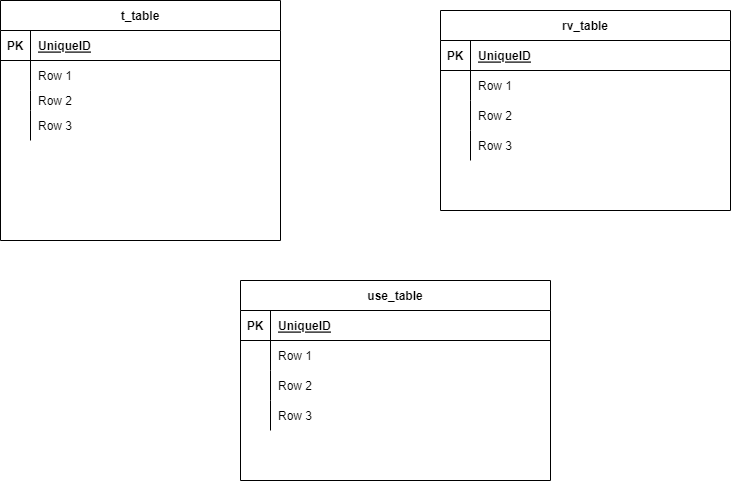
Above: DATA MODEL AND WAREHOUSE/table_str.drawio.png in asjad895/DATA-ENGINEERING (draw.io), before the change. Source tidied: cells renumbered, new cells last; positions are measured from the earlier drawing's top-left corner, leaving out a move shared by most shapes.
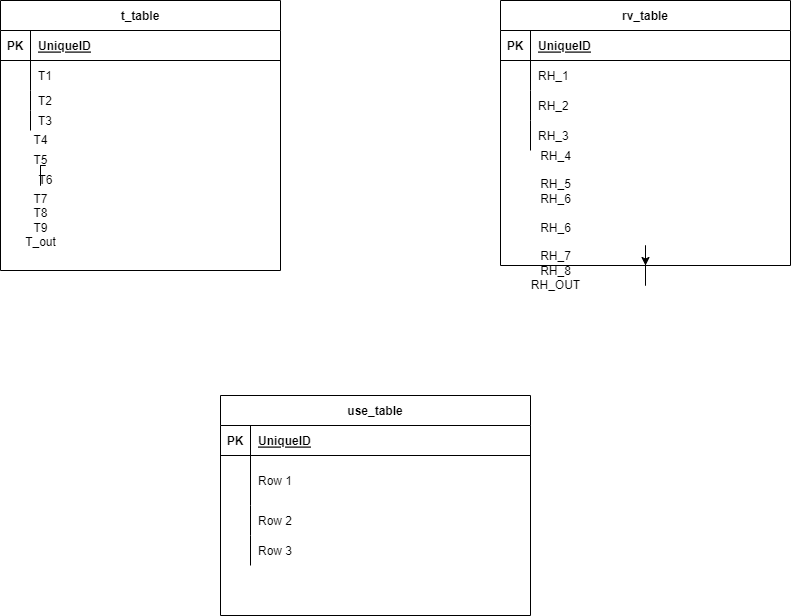
After the change.

What changed in the source:
```diff
@@ -3,7 +3,7 @@
     <mxCell id="0" />
     <mxCell id="1" parent="0" />
     <mxCell id="2" value="t_table" style="shape=table;startSize=30;rowLines=0;fontStyle=1;align=center;" parent="1" vertex="1">
-      <mxGeometry width="280" height="240" as="geometry" />
+      <mxGeometry x="-70" y="-25" width="280" height="270" as="geometry" />
     </mxCell>
     <mxCell id="3" style="shape=tableRow;horizontal=0;startSize=0;swimlaneHead=0;swimlaneBody=0;fillColor=none;top=0;left=0;right=0;bottom=1;" parent="2" vertex="1">
       <mxGeometry y="30" width="280" height="30" as="geometry" />
@@ -20,7 +20,7 @@
     <mxCell id="7" style="shape=partialRectangle;fillColor=none;top=0;left=0;bottom=0;right=0;overflow=hidden;" parent="6" vertex="1">
       <mxGeometry width="30" height="30" as="geometry" />
     </mxCell>
-    <mxCell id="8" value="Row 1" style="shape=partialRectangle;fillColor=none;top=0;left=0;bottom=0;right=0;align=left;spacingLeft=6;overflow=hidden;" parent="6" vertex="1">
+    <mxCell id="8" value="T1" style="shape=partialRectangle;fillColor=none;top=0;left=0;bottom=0;right=0;align=left;spacingLeft=6;overflow=hidden;" parent="6" vertex="1">
       <mxGeometry x="30" width="250" height="30" as="geometry" />
     </mxCell>
     <mxCell id="9" style="shape=tableRow;horizontal=0;startSize=0;swimlaneHead=0;swimlaneBody=0;fillColor=none;top=0;left=0;right=0;bottom=0;" parent="2" vertex="1">
@@ -29,20 +29,25 @@
     <mxCell id="10" style="shape=partialRectangle;fillColor=none;top=0;left=0;bottom=0;right=0;overflow=hidden;" parent="9" vertex="1">
       <mxGeometry width="30" height="20" as="geometry" />
     </mxCell>
-    <mxCell id="11" value="Row 2" style="shape=partialRectangle;fillColor=none;top=0;left=0;bottom=0;right=0;align=left;spacingLeft=6;overflow=hidden;" parent="9" vertex="1">
+    <mxCell id="11" value="T2" style="shape=partialRectangle;fillColor=none;top=0;left=0;bottom=0;right=0;align=left;spacingLeft=6;overflow=hidden;" parent="9" vertex="1">
       <mxGeometry x="30" width="250" height="20" as="geometry" />
     </mxCell>
     <mxCell id="12" style="shape=tableRow;horizontal=0;startSize=0;swimlaneHead=0;swimlaneBody=0;fillColor=none;top=0;left=0;right=0;bottom=0;" parent="2" vertex="1">
-      <mxGeometry y="110" width="280" height="30" as="geometry" />
+      <mxGeometry y="110" width="280" height="20" as="geometry" />
     </mxCell>
     <mxCell id="13" style="shape=partialRectangle;fillColor=none;top=0;left=0;bottom=0;right=0;overflow=hidden;" parent="12" vertex="1">
-      <mxGeometry width="30" height="30" as="geometry" />
+      <mxGeometry width="30" height="20" as="geometry" />
     </mxCell>
-    <mxCell id="14" value="Row 3" style="shape=partialRectangle;fillColor=none;top=0;left=0;bottom=0;right=0;align=left;spacingLeft=6;overflow=hidden;" parent="12" vertex="1">
-      <mxGeometry x="30" width="250" height="30" as="geometry" />
+    <mxCell id="14" value="T3" style="shape=partialRectangle;fillColor=none;top=0;left=0;bottom=0;right=0;align=left;spacingLeft=6;overflow=hidden;" parent="12" vertex="1">
+      <mxGeometry x="30" width="250" height="20" as="geometry" />
     </mxCell>
+    <mxCell id="41" style="edgeStyle=orthogonalEdgeStyle;rounded=0;jettySize=auto;html=1;exitX=0.5;exitY=1;exitDx=0;exitDy=0;" parent="1" edge="1" source="15">
+      <mxGeometry relative="1" as="geometry">
+        <mxPoint x="575" y="240" as="targetPoint" />
+      </mxGeometry>
+    </mxCell>
     <mxCell id="15" value="rv_table" style="shape=table;startSize=30;rowLines=0;fontStyle=1;align=center;" parent="1" vertex="1">
-      <mxGeometry x="440" y="10" width="290" height="200" as="geometry" />
+      <mxGeometry x="430" y="-25" width="290" height="265" as="geometry" />
     </mxCell>
     <mxCell id="16" style="shape=tableRow;horizontal=0;startSize=0;swimlaneHead=0;swimlaneBody=0;fillColor=none;top=0;left=0;right=0;bottom=1;" parent="15" vertex="1">
       <mxGeometry y="30" width="290" height="30" as="geometry" />
@@ -59,7 +64,7 @@
     <mxCell id="20" style="shape=partialRectangle;fillColor=none;top=0;left=0;bottom=0;right=0;overflow=hidden;" parent="19" vertex="1">
       <mxGeometry width="30" height="30" as="geometry" />
     </mxCell>
-    <mxCell id="21" value="Row 1" style="shape=partialRectangle;fillColor=none;top=0;left=0;bottom=0;right=0;align=left;spacingLeft=6;overflow=hidden;" parent="19" vertex="1">
+    <mxCell id="21" value="RH_1" style="shape=partialRectangle;fillColor=none;top=0;left=0;bottom=0;right=0;align=left;spacingLeft=6;overflow=hidden;" parent="19" vertex="1">
       <mxGeometry x="30" width="260" height="30" as="geometry" />
     </mxCell>
     <mxCell id="22" style="shape=tableRow;horizontal=0;startSize=0;swimlaneHead=0;swimlaneBody=0;fillColor=none;top=0;left=0;right=0;bottom=0;" parent="15" vertex="1">
@@ -68,7 +73,7 @@
     <mxCell id="23" style="shape=partialRectangle;fillColor=none;top=0;left=0;bottom=0;right=0;overflow=hidden;" parent="22" vertex="1">
       <mxGeometry width="30" height="30" as="geometry" />
     </mxCell>
-    <mxCell id="24" value="Row 2" style="shape=partialRectangle;fillColor=none;top=0;left=0;bottom=0;right=0;align=left;spacingLeft=6;overflow=hidden;" parent="22" vertex="1">
+    <mxCell id="24" value="RH_2" style="shape=partialRectangle;fillColor=none;top=0;left=0;bottom=0;right=0;align=left;spacingLeft=6;overflow=hidden;" parent="22" vertex="1">
       <mxGeometry x="30" width="260" height="30" as="geometry" />
     </mxCell>
     <mxCell id="25" style="shape=tableRow;horizontal=0;startSize=0;swimlaneHead=0;swimlaneBody=0;fillColor=none;top=0;left=0;right=0;bottom=0;" parent="15" vertex="1">
@@ -77,11 +82,11 @@
     <mxCell id="26" style="shape=partialRectangle;fillColor=none;top=0;left=0;bottom=0;right=0;overflow=hidden;" parent="25" vertex="1">
       <mxGeometry width="30" height="30" as="geometry" />
     </mxCell>
-    <mxCell id="27" value="Row 3" style="shape=partialRectangle;fillColor=none;top=0;left=0;bottom=0;right=0;align=left;spacingLeft=6;overflow=hidden;" parent="25" vertex="1">
+    <mxCell id="27" value="RH_3" style="shape=partialRectangle;fillColor=none;top=0;left=0;bottom=0;right=0;align=left;spacingLeft=6;overflow=hidden;" parent="25" vertex="1">
       <mxGeometry x="30" width="260" height="30" as="geometry" />
     </mxCell>
     <mxCell id="28" value="use_table" style="shape=table;startSize=30;rowLines=0;fontStyle=1;align=center;" parent="1" vertex="1">
-      <mxGeometry x="240" y="280" width="310" height="200" as="geometry" />
+      <mxGeometry x="150" y="370" width="310" height="220" as="geometry" />
     </mxCell>
     <mxCell id="29" style="shape=tableRow;horizontal=0;startSize=0;swimlaneHead=0;swimlaneBody=0;fillColor=none;top=0;left=0;right=0;bottom=1;" parent="28" vertex="1">
       <mxGeometry y="30" width="310" height="30" as="geometry" />
@@ -93,16 +98,16 @@
       <mxGeometry x="30" width="280" height="30" as="geometry" />
     </mxCell>
     <mxCell id="32" style="shape=tableRow;horizontal=0;startSize=0;swimlaneHead=0;swimlaneBody=0;fillColor=none;top=0;left=0;right=0;bottom=0;" parent="28" vertex="1">
-      <mxGeometry y="60" width="310" height="30" as="geometry" />
+      <mxGeometry y="60" width="310" height="50" as="geometry" />
     </mxCell>
     <mxCell id="33" style="shape=partialRectangle;fillColor=none;top=0;left=0;bottom=0;right=0;overflow=hidden;" parent="32" vertex="1">
-      <mxGeometry width="30" height="30" as="geometry" />
+      <mxGeometry width="30" height="50" as="geometry" />
     </mxCell>
     <mxCell id="34" value="Row 1" style="shape=partialRectangle;fillColor=none;top=0;left=0;bottom=0;right=0;align=left;spacingLeft=6;overflow=hidden;" parent="32" vertex="1">
-      <mxGeometry x="30" width="280" height="30" as="geometry" />
+      <mxGeometry x="30" width="280" height="50" as="geometry" />
     </mxCell>
     <mxCell id="35" style="shape=tableRow;horizontal=0;startSize=0;swimlaneHead=0;swimlaneBody=0;fillColor=none;top=0;left=0;right=0;bottom=0;" parent="28" vertex="1">
-      <mxGeometry y="90" width="310" height="30" as="geometry" />
+      <mxGeometry y="110" width="310" height="30" as="geometry" />
     </mxCell>
     <mxCell id="36" style="shape=partialRectangle;fillColor=none;top=0;left=0;bottom=0;right=0;overflow=hidden;" parent="35" vertex="1">
       <mxGeometry width="30" height="30" as="geometry" />
@@ -111,7 +116,7 @@
       <mxGeometry x="30" width="280" height="30" as="geometry" />
     </mxCell>
     <mxCell id="38" style="shape=tableRow;horizontal=0;startSize=0;swimlaneHead=0;swimlaneBody=0;fillColor=none;top=0;left=0;right=0;bottom=0;" parent="28" vertex="1">
-      <mxGeometry y="120" width="310" height="30" as="geometry" />
+      <mxGeometry y="140" width="310" height="30" as="geometry" />
     </mxCell>
     <mxCell id="39" style="shape=partialRectangle;fillColor=none;top=0;left=0;bottom=0;right=0;overflow=hidden;" parent="38" vertex="1">
       <mxGeometry width="30" height="30" as="geometry" />
@@ -119,5 +124,26 @@
     <mxCell id="40" value="Row 3" style="shape=partialRectangle;fillColor=none;top=0;left=0;bottom=0;right=0;align=left;spacingLeft=6;overflow=hidden;" parent="38" vertex="1">
       <mxGeometry x="30" width="280" height="30" as="geometry" />
     </mxCell>
+    <mxCell id="42" value="T4" style="text;html=1;align=center;verticalAlign=middle;strokeColor=none;fillColor=none;" parent="1" vertex="1">
+      <mxGeometry x="-50" y="100" width="40" height="30" as="geometry" />
+    </mxCell>
+    <mxCell id="43" value="T5" style="text;html=1;align=center;verticalAlign=middle;strokeColor=none;fillColor=none;" parent="1" vertex="1">
+      <mxGeometry x="-50" y="120" width="40" height="30" as="geometry" />
+    </mxCell>
+    <mxCell id="44" value="T7&lt;br&gt;T8&lt;br&gt;T9&lt;br&gt;T_out" style="text;html=1;align=center;verticalAlign=middle;points=[];strokeColor=none;fillColor=none;" parent="1" vertex="1">
+      <mxGeometry x="-55" y="160" width="50" height="70" as="geometry" />
+    </mxCell>
+    <mxCell id="45" value="RH_4&lt;br&gt;&lt;br&gt;RH_5&lt;br&gt;RH_6&lt;br&gt;&lt;br&gt;RH_6&lt;br&gt;&lt;br&gt;RH_7&lt;br&gt;RH_8&lt;br&gt;RH_OUT" style="text;html=1;align=center;verticalAlign=middle;strokeColor=none;fillColor=none;" parent="1" vertex="1">
+      <mxGeometry x="450" y="115" width="70" height="160" as="geometry" />
+    </mxCell>
+    <mxCell id="46" style="edgeStyle=orthogonalEdgeStyle;rounded=0;jettySize=auto;html=1;endArrow=none;" parent="1" edge="1" source="44" target="48">
+      <mxGeometry relative="1" as="geometry" />
+    </mxCell>
+    <mxCell id="47" style="edgeStyle=orthogonalEdgeStyle;rounded=0;jettySize=auto;html=1;endArrow=none;" parent="1" edge="1" source="44" target="48">
+      <mxGeometry relative="1" as="geometry" />
+    </mxCell>
+    <mxCell id="48" value="T6" style="text;html=1;align=center;verticalAlign=middle;points=[];strokeColor=none;fillColor=none;" parent="1" vertex="1">
+      <mxGeometry x="-45" y="140" width="40" height="30" as="geometry" />
+    </mxCell>
   </root>
 </mxGraphModel>
```
